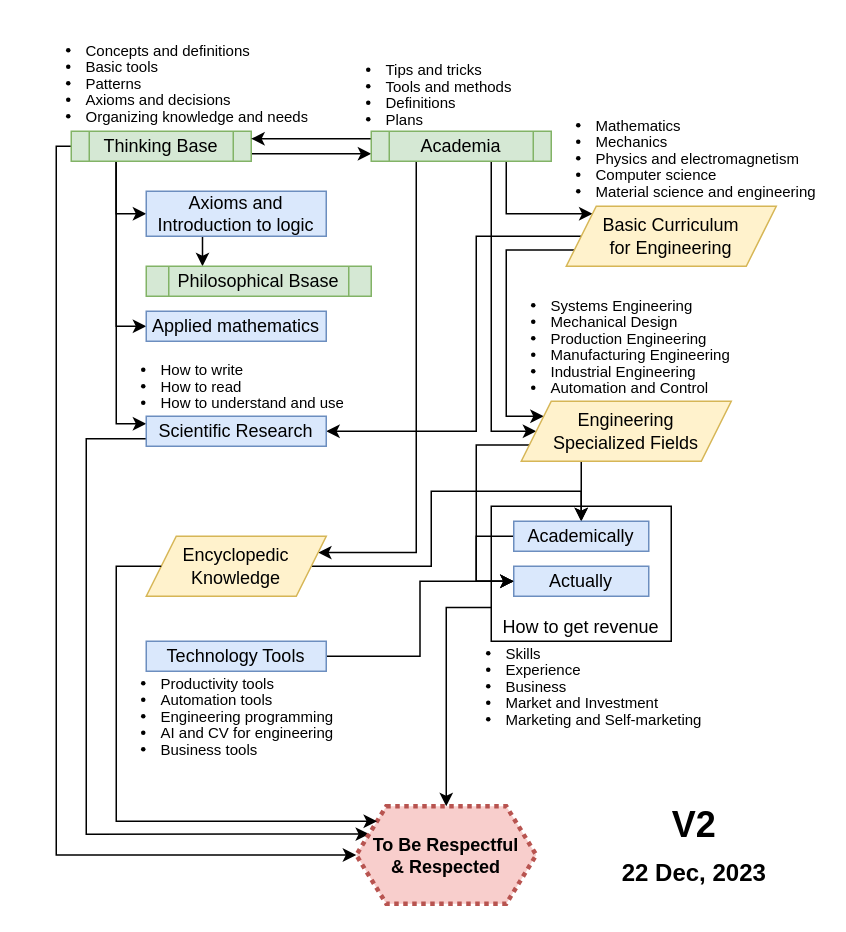
The draw.io diagram Untitled Diagram.drawio in GeorgeNabilPro/GeorgeNabilPro, before the edit. Source tidied: cells renumbered, new cells numbered last; positions are measured from the earlier drawing's top-left corner, leaving out a move shared by most shapes. Both pictures are drawn from the tidied source at 150%, with x=0, y=0 at pixel (26, 26).
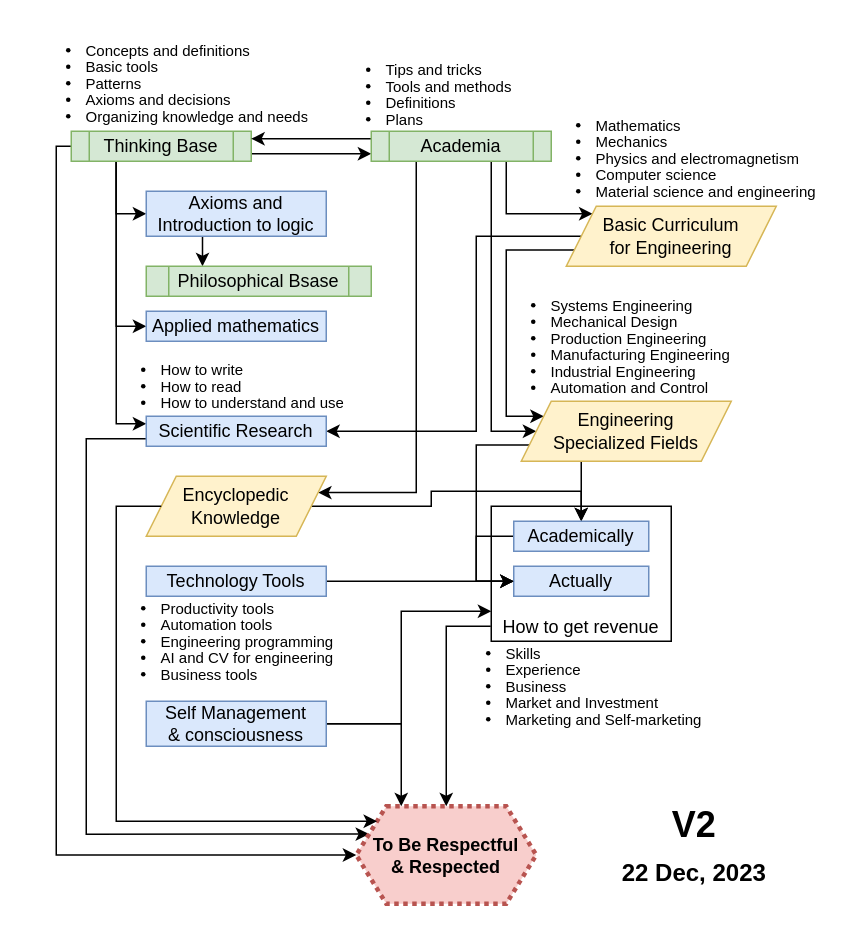
The same diagram, later.

The change refers to these unchanged cells:
```xml
<mxCell id="3" value="How to get revenue" style="rounded=0;whiteSpace=wrap;html=1;verticalAlign=bottom;" parent="1" vertex="1">
  <mxGeometry x="310" y="320" width="120" height="90" as="geometry" />
</mxCell>
<mxCell id="14" value="Academia" style="shape=process;whiteSpace=wrap;html=1;backgroundOutline=1;fillColor=#d5e8d4;strokeColor=#82b366;" parent="1" vertex="1">
  <mxGeometry x="230" y="70" width="120" height="20" as="geometry" />
</mxCell>
<mxCell id="35" value="Academically" style="rounded=0;whiteSpace=wrap;html=1;fillColor=#dae8fc;strokeColor=#6c8ebf;" parent="1" vertex="1">
  <mxGeometry x="325" y="330" width="90" height="20" as="geometry" />
</mxCell>
<mxCell id="41" value="To Be Respectful&lt;br&gt;&amp;amp; Respected" style="shape=hexagon;perimeter=hexagonPerimeter2;whiteSpace=wrap;html=1;fixedSize=1;size=20;labelBackgroundColor=none;strokeWidth=3;dashed=1;strokeColor=#b85450;dashPattern=1 1;fillColor=#f8cecc;fontStyle=1;" parent="1" vertex="1">
  <mxGeometry x="220" y="520" width="120" height="65" as="geometry" />
</mxCell>
```

Change to the diagram source:
```diff
@@
-    <mxCell id="2" style="edgeStyle=orthogonalEdgeStyle;rounded=0;jettySize=auto;html=1;exitX=0;exitY=0.75;exitDx=0;exitDy=0;entryX=0.5;entryY=0;entryDx=0;entryDy=0;" parent="1" edge="1" source="3" target="41">
-      <mxGeometry relative="1" as="geometry" />
+    <mxCell id="2" style="edgeStyle=orthogonalEdgeStyle;rounded=0;jettySize=auto;html=1;entryX=0.5;entryY=0;entryDx=0;entryDy=0;exitX=-0.003;exitY=0.889;exitDx=0;exitDy=0;exitPerimeter=0;" parent="1" edge="1" source="3" target="41">
+      <mxGeometry relative="1" as="geometry">
+        <Array as="points">
+          <mxPoint x="280" y="400" />
+        </Array>
+      </mxGeometry>
     </mxCell>
@@
     <mxCell id="13" style="edgeStyle=orthogonalEdgeStyle;rounded=0;jettySize=auto;html=1;exitX=0.25;exitY=1;exitDx=0;exitDy=0;entryX=1;entryY=0.25;entryDx=0;entryDy=0;" parent="1" edge="1" source="14" target="33">
       <mxGeometry relative="1" as="geometry">
         <Array as="points">
-          <mxPoint x="260" y="351" />
+          <mxPoint x="260" y="311" />
         </Array>
       </mxGeometry>
     </mxCell>
@@
     <mxCell id="32" style="edgeStyle=orthogonalEdgeStyle;rounded=0;jettySize=auto;html=1;exitX=1;exitY=0.5;exitDx=0;exitDy=0;entryX=0.5;entryY=0;entryDx=0;entryDy=0;" parent="1" edge="1" source="33" target="35">
       <mxGeometry relative="1" as="geometry">
         <Array as="points">
-          <mxPoint x="270" y="360" />
+          <mxPoint x="270" y="320" />
           <mxPoint x="270" y="310" />
           <mxPoint x="370" y="310" />
         </Array>
       </mxGeometry>
     </mxCell>
     <mxCell id="33" value="Encyclopedic&lt;br&gt;Knowledge" style="shape=parallelogram;perimeter=parallelogramPerimeter;whiteSpace=wrap;html=1;fixedSize=1;fillColor=#fff2cc;strokeColor=#d6b656;" parent="1" vertex="1">
-      <mxGeometry x="80" y="340" width="120" height="40" as="geometry" />
+      <mxGeometry x="80" y="300" width="120" height="40" as="geometry" />
     </mxCell>
@@
     <mxCell id="39" value="Technology Tools" style="rounded=0;whiteSpace=wrap;html=1;fillColor=#dae8fc;strokeColor=#6c8ebf;" parent="1" vertex="1">
-      <mxGeometry x="80" y="410" width="120" height="20" as="geometry" />
+      <mxGeometry x="80" y="360" width="120" height="20" as="geometry" />
     </mxCell>
     <mxCell id="40" value="&lt;ul style=&quot;font-size: 10px; line-height: 110%;&quot;&gt;&lt;li style=&quot;font-size: 10px;&quot;&gt;Productivity tools&lt;/li&gt;&lt;li style=&quot;font-size: 10px;&quot;&gt;Automation tools&lt;/li&gt;&lt;li style=&quot;font-size: 10px;&quot;&gt;Engineering programming&lt;/li&gt;&lt;li style=&quot;font-size: 10px;&quot;&gt;AI and CV for engineering&lt;/li&gt;&lt;li style=&quot;font-size: 10px;&quot;&gt;Business tools&lt;/li&gt;&lt;/ul&gt;" style="text;html=1;whiteSpace=wrap;verticalAlign=middle;overflow=hidden;spacing=0;fontSize=10;" parent="1" vertex="1">
-      <mxGeometry x="50" y="420" width="180" height="80" as="geometry" />
+      <mxGeometry x="50" y="370" width="180" height="80" as="geometry" />
     </mxCell>
@@
     <mxCell id="42" style="edgeStyle=orthogonalEdgeStyle;rounded=0;jettySize=auto;html=1;exitX=0;exitY=0.5;exitDx=0;exitDy=0;" parent="1" edge="1" source="33" target="41">
       <mxGeometry relative="1" as="geometry">
         <Array as="points">
-          <mxPoint x="60" y="360" />
+          <mxPoint x="60" y="320" />
           <mxPoint x="60" y="530" />
         </Array>
       </mxGeometry>
     </mxCell>
@@
+    <mxCell id="44" style="edgeStyle=orthogonalEdgeStyle;rounded=0;jettySize=auto;html=1;exitX=1;exitY=0.5;exitDx=0;exitDy=0;" parent="1" edge="1" source="46">
+      <mxGeometry relative="1" as="geometry">
+        <mxPoint x="310" y="390" as="targetPoint" />
+        <Array as="points">
+          <mxPoint x="250" y="465" />
+          <mxPoint x="250" y="390" />
+        </Array>
+      </mxGeometry>
+    </mxCell>
+    <mxCell id="45" style="edgeStyle=orthogonalEdgeStyle;rounded=0;jettySize=auto;html=1;exitX=1;exitY=0.5;exitDx=0;exitDy=0;" parent="1" edge="1" source="46">
+      <mxGeometry relative="1" as="geometry">
+        <mxPoint x="250" y="520" as="targetPoint" />
+        <Array as="points">
+          <mxPoint x="250" y="465" />
+        </Array>
+      </mxGeometry>
+    </mxCell>
+    <mxCell id="46" value="Self Management &amp;amp;&amp;nbsp;consciousness" style="rounded=0;whiteSpace=wrap;html=1;fillColor=#dae8fc;strokeColor=#6c8ebf;" parent="1" vertex="1">
+      <mxGeometry x="80" y="450" width="120" height="30" as="geometry" />
+    </mxCell>
```
